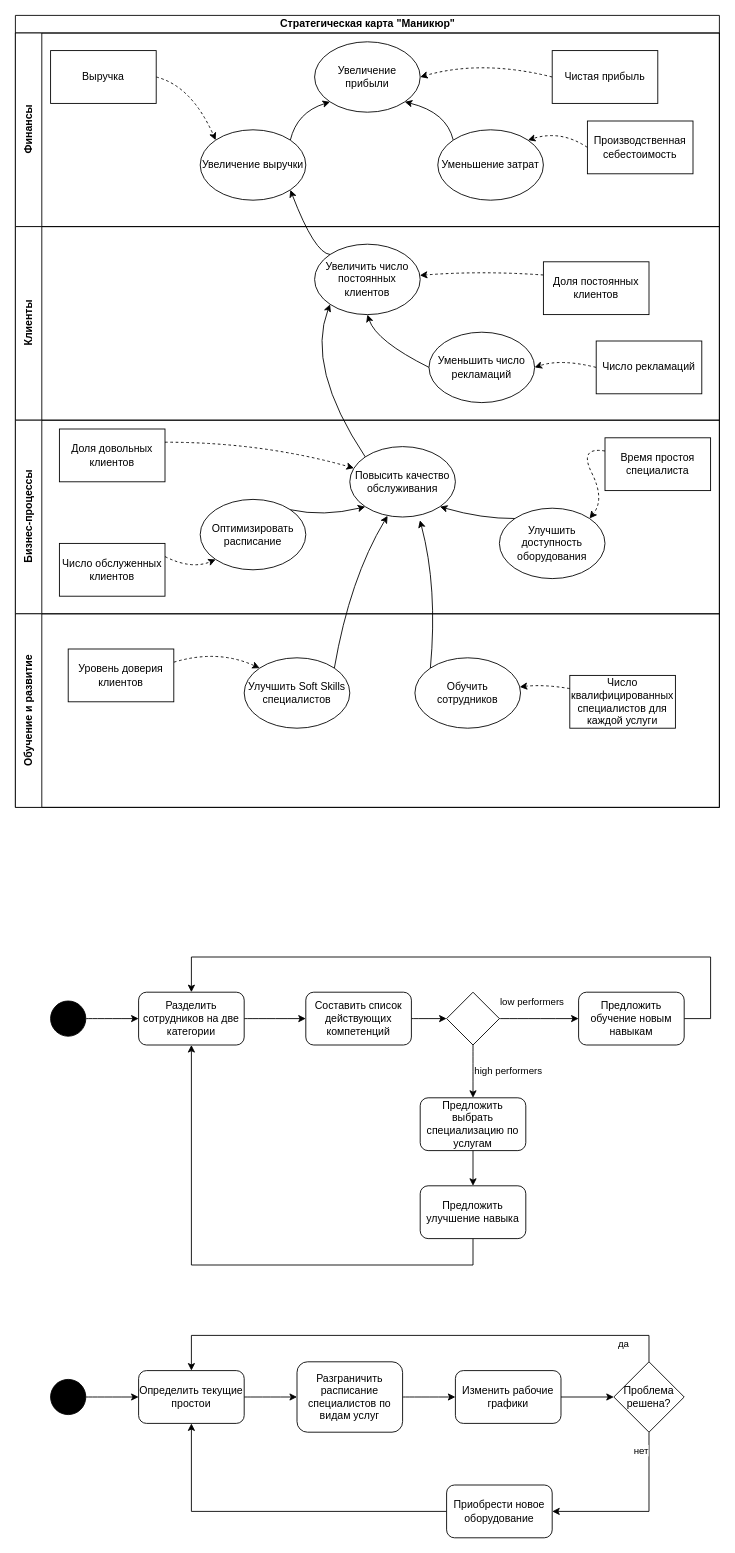
Above: ssp.drawio in SneakBug8/BusinessAnalysis (draw.io), before the change. Source tidied: cells renumbered, new cells numbered last; positions are measured from the earlier drawing's top-left corner, leaving out a move shared by most shapes. Both pictures are drawn from the tidied source at 88%, with x=0, y=0 at pixel (15, 15).
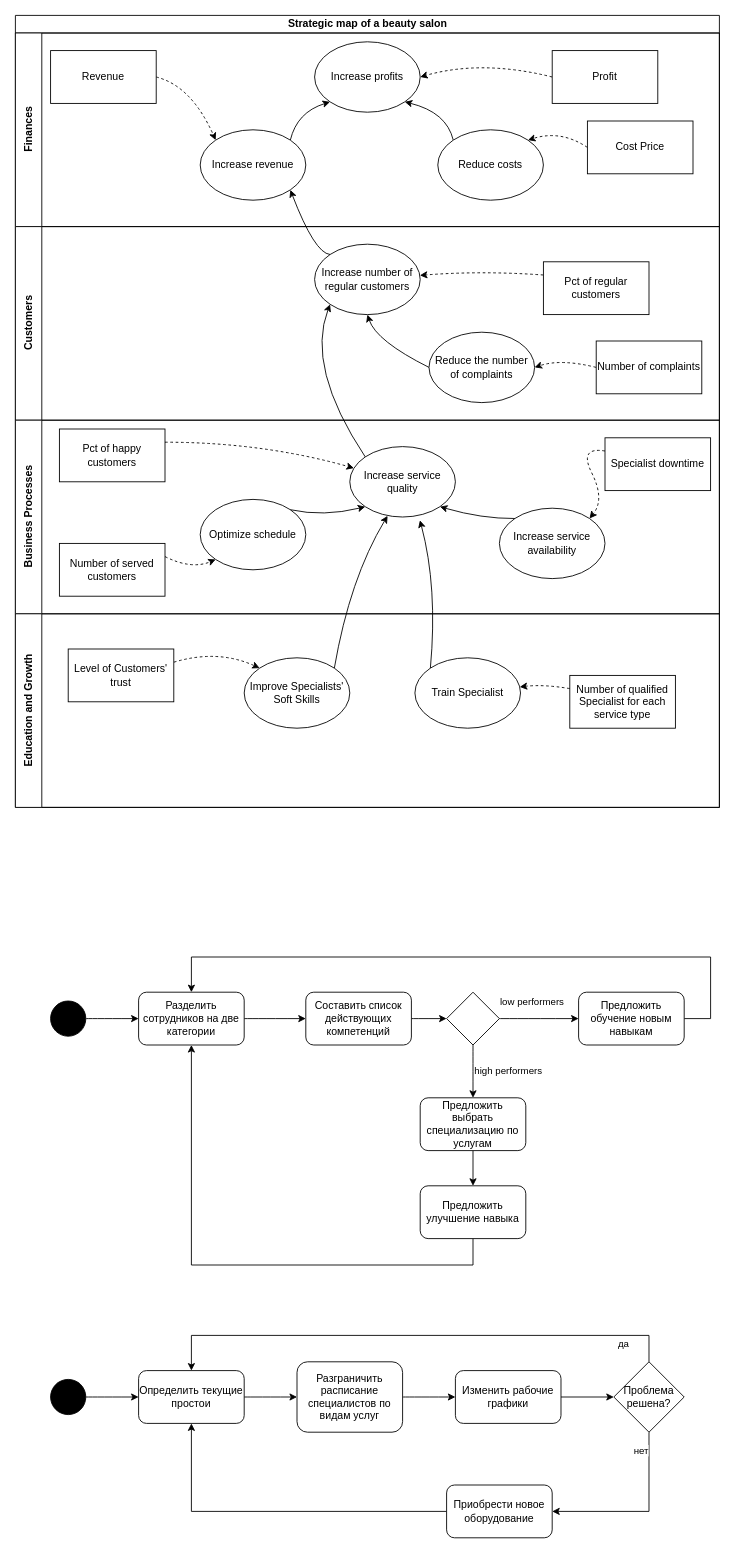
After the change.

What changed in the source:
```diff
@@
-    <mxCell id="2" value="Стратегическая карта &quot;Маникюр&quot;" style="swimlane;html=1;horizontal=1;startSize=20;" parent="1" vertex="1">
+    <mxCell id="2" value="Strategic map of a beauty salon" style="swimlane;html=1;horizontal=1;startSize=20;" parent="1" vertex="1">
       <mxGeometry width="800" height="900" as="geometry" />
     </mxCell>
-    <mxCell id="3" value="Финансы" style="swimlane;html=1;startSize=30;horizontal=0;" parent="2" vertex="1">
+    <mxCell id="3" value="Finances" style="swimlane;html=1;startSize=30;horizontal=0;" parent="2" vertex="1">
       <mxGeometry y="20" width="800" height="220" as="geometry" />
     </mxCell>
@@
-    <mxCell id="7" value="Чистая прибыль" style="rounded=0;whiteSpace=wrap;html=1;" parent="3" vertex="1">
+    <mxCell id="7" value="Profit" style="rounded=0;whiteSpace=wrap;html=1;" parent="3" vertex="1">
       <mxGeometry x="610" y="20" width="120" height="60" as="geometry" />
     </mxCell>
-    <mxCell id="8" value="Выручка" style="rounded=0;whiteSpace=wrap;html=1;" parent="3" vertex="1">
+    <mxCell id="8" value="Revenue" style="rounded=0;whiteSpace=wrap;html=1;" parent="3" vertex="1">
       <mxGeometry x="40" y="20" width="120" height="60" as="geometry" />
     </mxCell>
-    <mxCell id="9" value="Увеличение прибыли" style="ellipse;whiteSpace=wrap;html=1;" parent="3" vertex="1">
+    <mxCell id="9" value="Increase profits" style="ellipse;whiteSpace=wrap;html=1;" parent="3" vertex="1">
       <mxGeometry x="340" y="10" width="120" height="80" as="geometry" />
     </mxCell>
@@
-    <mxCell id="11" value="Производственная себестоимость" style="rounded=0;whiteSpace=wrap;html=1;" parent="3" vertex="1">
+    <mxCell id="11" value="Cost Price" style="rounded=0;whiteSpace=wrap;html=1;" parent="3" vertex="1">
       <mxGeometry x="650" y="100" width="120" height="60" as="geometry" />
     </mxCell>
-    <mxCell id="12" value="Уменьшение затрат" style="ellipse;whiteSpace=wrap;html=1;" parent="3" vertex="1">
+    <mxCell id="12" value="Reduce costs" style="ellipse;whiteSpace=wrap;html=1;" parent="3" vertex="1">
       <mxGeometry x="480" y="110" width="120" height="80" as="geometry" />
     </mxCell>
@@
-    <mxCell id="14" value="Увеличение выручки" style="ellipse;whiteSpace=wrap;html=1;" parent="3" vertex="1">
+    <mxCell id="14" value="Increase revenue" style="ellipse;whiteSpace=wrap;html=1;" parent="3" vertex="1">
       <mxGeometry x="210" y="110" width="120" height="80" as="geometry" />
     </mxCell>
-    <mxCell id="15" value="Клиенты" style="swimlane;html=1;startSize=30;horizontal=0;" parent="2" vertex="1">
+    <mxCell id="15" value="Customers" style="swimlane;html=1;startSize=30;horizontal=0;" parent="2" vertex="1">
       <mxGeometry y="240" width="800" height="220" as="geometry" />
     </mxCell>
-    <mxCell id="16" value="Увеличить число постоянных клиентов" style="ellipse;whiteSpace=wrap;html=1;" parent="15" vertex="1">
+    <mxCell id="16" value="Increase number of regular customers" style="ellipse;whiteSpace=wrap;html=1;" parent="15" vertex="1">
       <mxGeometry x="340" y="20" width="120" height="80" as="geometry" />
     </mxCell>
@@
-    <mxCell id="18" value="Уменьшить число рекламаций" style="ellipse;whiteSpace=wrap;html=1;" parent="15" vertex="1">
+    <mxCell id="18" value="Reduce the number of complaints" style="ellipse;whiteSpace=wrap;html=1;" parent="15" vertex="1">
       <mxGeometry x="470" y="120" width="120" height="80" as="geometry" />
     </mxCell>
@@
-    <mxCell id="20" value="Доля постоянных клиентов" style="rounded=0;whiteSpace=wrap;html=1;" parent="15" vertex="1">
+    <mxCell id="20" value="Pct of regular customers" style="rounded=0;whiteSpace=wrap;html=1;" parent="15" vertex="1">
       <mxGeometry x="600" y="40" width="120" height="60" as="geometry" />
     </mxCell>
@@
-    <mxCell id="22" value="Число рекламаций" style="rounded=0;whiteSpace=wrap;html=1;" parent="15" vertex="1">
+    <mxCell id="22" value="Number of complaints" style="rounded=0;whiteSpace=wrap;html=1;" parent="15" vertex="1">
       <mxGeometry x="660" y="130" width="120" height="60" as="geometry" />
     </mxCell>
-    <mxCell id="23" value="Бизнес-процессы" style="swimlane;html=1;startSize=30;horizontal=0;" parent="2" vertex="1">
+    <mxCell id="23" value="Business Processes" style="swimlane;html=1;startSize=30;horizontal=0;" parent="2" vertex="1">
       <mxGeometry y="460" width="800" height="220" as="geometry" />
     </mxCell>
@@
-    <mxCell id="27" value="Доля довольных клиентов" style="rounded=0;whiteSpace=wrap;html=1;" parent="23" vertex="1">
+    <mxCell id="27" value="Pct of happy customers" style="rounded=0;whiteSpace=wrap;html=1;" parent="23" vertex="1">
       <mxGeometry x="50" y="10" width="120" height="60" as="geometry" />
     </mxCell>
-    <mxCell id="28" value="Время простоя специалиста" style="rounded=0;whiteSpace=wrap;html=1;" parent="23" vertex="1">
+    <mxCell id="28" value="Specialist downtime" style="rounded=0;whiteSpace=wrap;html=1;" parent="23" vertex="1">
       <mxGeometry x="670" y="20" width="120" height="60" as="geometry" />
     </mxCell>
-    <mxCell id="29" value="Повысить качество обслуживания" style="ellipse;whiteSpace=wrap;html=1;" parent="23" vertex="1">
+    <mxCell id="29" value="Increase service quality" style="ellipse;whiteSpace=wrap;html=1;" parent="23" vertex="1">
       <mxGeometry x="380" y="30" width="120" height="80" as="geometry" />
     </mxCell>
-    <mxCell id="30" value="Оптимизировать расписание" style="ellipse;whiteSpace=wrap;html=1;" parent="23" vertex="1">
+    <mxCell id="30" value="Optimize schedule" style="ellipse;whiteSpace=wrap;html=1;" parent="23" vertex="1">
       <mxGeometry x="210" y="90" width="120" height="80" as="geometry" />
     </mxCell>
-    <mxCell id="31" value="Улучшить доступность оборудования" style="ellipse;whiteSpace=wrap;html=1;" parent="23" vertex="1">
+    <mxCell id="31" value="Increase service availability" style="ellipse;whiteSpace=wrap;html=1;" parent="23" vertex="1">
       <mxGeometry x="550" y="100" width="120" height="80" as="geometry" />
     </mxCell>
@@
-    <mxCell id="34" value="Число обслуженных клиентов" style="rounded=0;whiteSpace=wrap;html=1;" parent="23" vertex="1">
+    <mxCell id="34" value="Number of served customers" style="rounded=0;whiteSpace=wrap;html=1;" parent="23" vertex="1">
       <mxGeometry x="50" y="140" width="120" height="60" as="geometry" />
     </mxCell>
@@
-    <mxCell id="37" value="Обучение и развитие" style="swimlane;html=1;startSize=30;horizontal=0;whiteSpace=wrap;" parent="2" vertex="1">
+    <mxCell id="37" value="Education and Growth" style="swimlane;html=1;startSize=30;horizontal=0;whiteSpace=wrap;" parent="2" vertex="1">
       <mxGeometry y="680" width="800" height="220" as="geometry" />
     </mxCell>
@@
-    <mxCell id="39" value="Уровень доверия клиентов" style="rounded=0;whiteSpace=wrap;html=1;" parent="37" vertex="1">
+    <mxCell id="39" value="Level of Customers' trust" style="rounded=0;whiteSpace=wrap;html=1;" parent="37" vertex="1">
       <mxGeometry x="60" y="40" width="120" height="60" as="geometry" />
     </mxCell>
-    <mxCell id="40" value="Обучить сотрудников" style="ellipse;whiteSpace=wrap;html=1;" parent="37" vertex="1">
+    <mxCell id="40" value="Train Specialist" style="ellipse;whiteSpace=wrap;html=1;" parent="37" vertex="1">
       <mxGeometry x="454" y="50" width="120" height="80" as="geometry" />
     </mxCell>
-    <mxCell id="41" value="Улучшить Soft Skills специалистов" style="ellipse;whiteSpace=wrap;html=1;" parent="37" vertex="1">
+    <mxCell id="41" value="Improve Specialists' Soft Skills" style="ellipse;whiteSpace=wrap;html=1;" parent="37" vertex="1">
       <mxGeometry x="260" y="50" width="120" height="80" as="geometry" />
     </mxCell>
@@
-    <mxCell id="43" value="Число квалифицированных специалистов для каждой услуги" style="rounded=0;whiteSpace=wrap;html=1;" parent="37" vertex="1">
+    <mxCell id="43" value="Number of qualified Specialist for each service type" style="rounded=0;whiteSpace=wrap;html=1;" parent="37" vertex="1">
       <mxGeometry x="630" y="70" width="120" height="60" as="geometry" />
     </mxCell>
```
